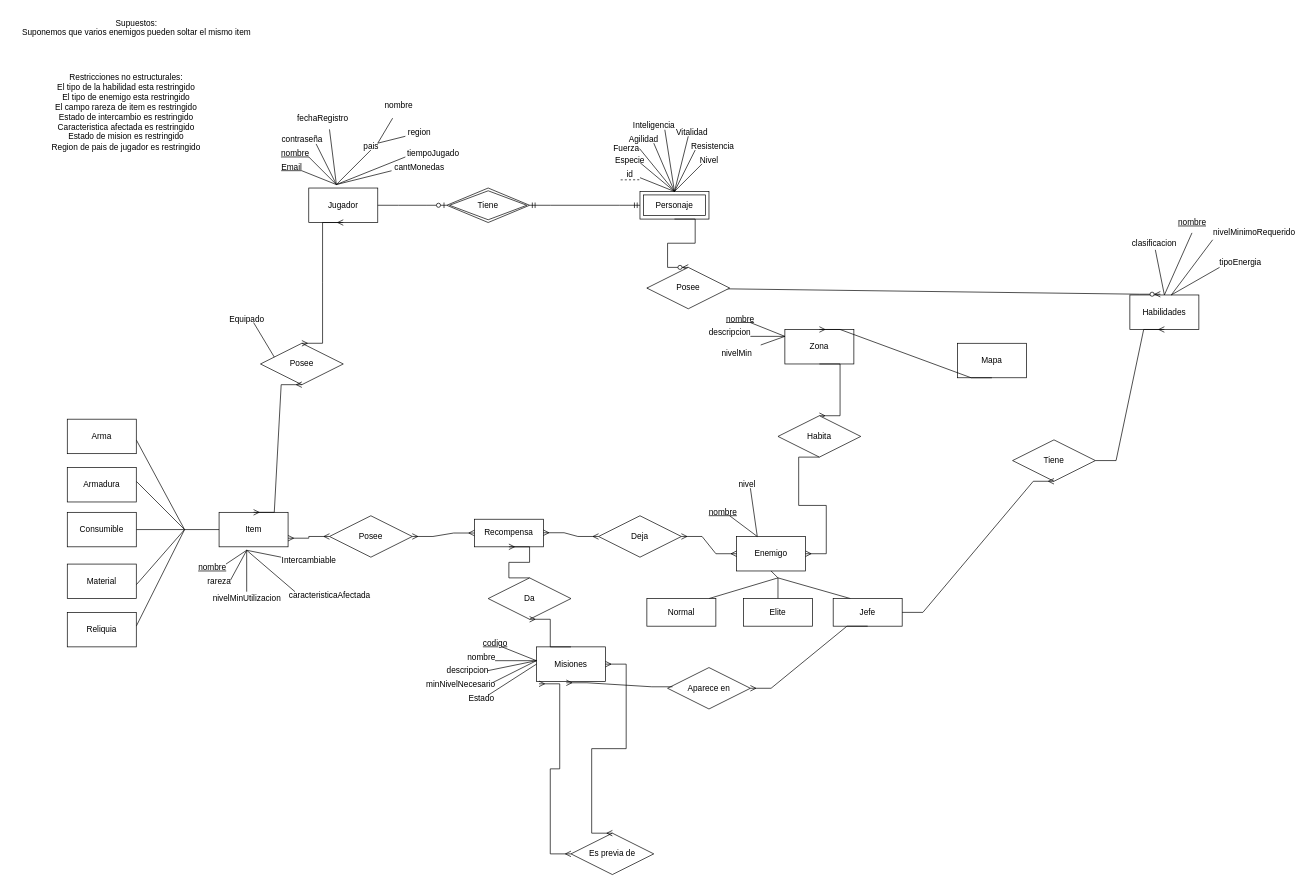
This is Parte1.drawio from MartinAlonsoo/Obligatorio1BD2, a draw.io file, before an edit. Source tidied: cells renumbered, new cells numbered last; positions are measured from the earlier drawing's top-left corner, leaving out a move shared by most shapes. Both pictures are drawn from the tidied source at 69%, with x=0, y=0 at pixel (12, 12).
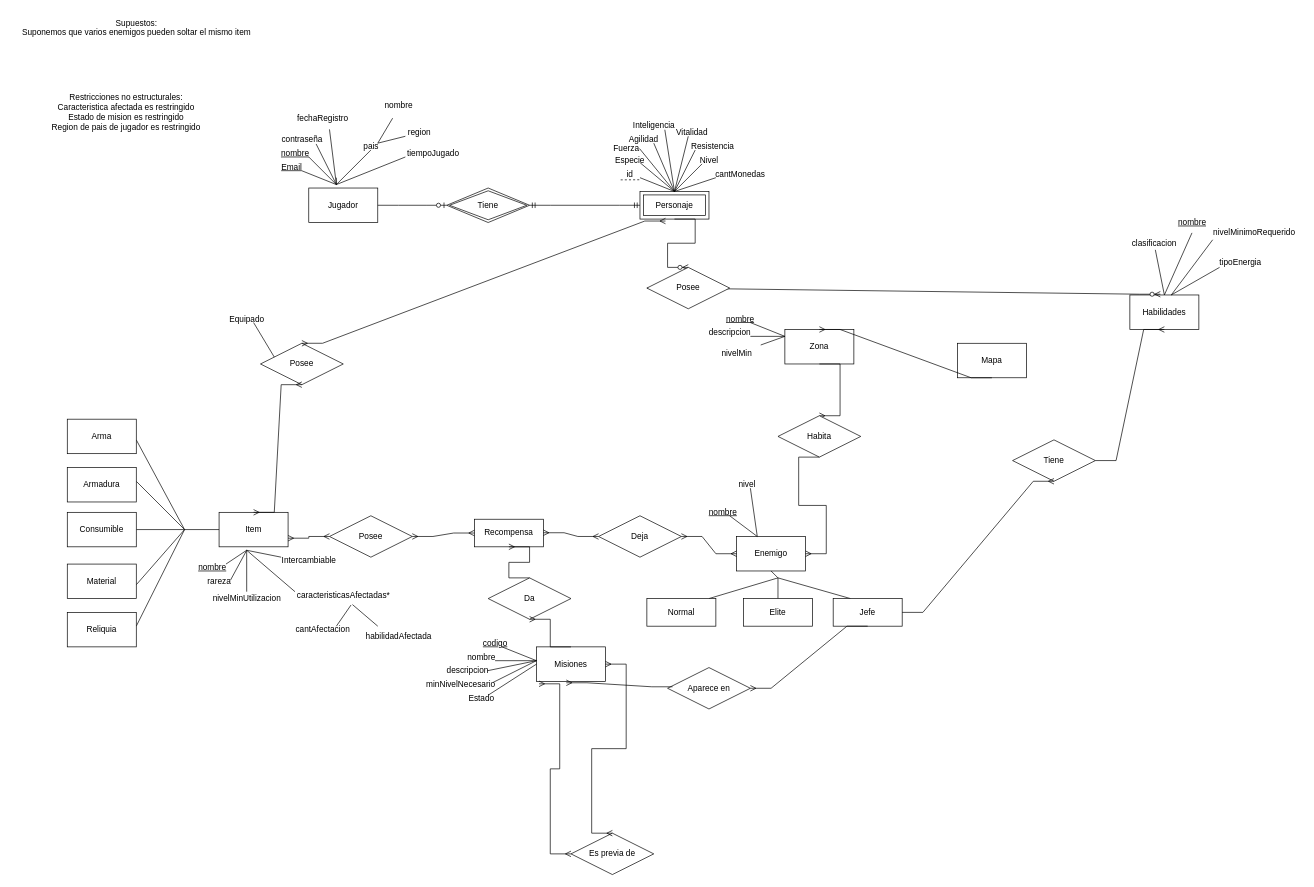
The same diagram, later.

The change refers to these unchanged cells:
```xml
<mxCell id="2" value="Jugador" style="rounded=0;whiteSpace=wrap;html=1;" parent="1" vertex="1">
  <mxGeometry x="430" y="255" width="100" height="50" as="geometry" />
</mxCell>
<mxCell id="6" value="Personaje" style="shape=ext;margin=3;double=1;whiteSpace=wrap;html=1;align=center;" parent="1" vertex="1">
  <mxGeometry x="910" y="260" width="100" height="40" as="geometry" />
</mxCell>
<mxCell id="46" value="Posee" style="shape=rhombus;perimeter=rhombusPerimeter;whiteSpace=wrap;html=1;align=center;" parent="1" vertex="1">
  <mxGeometry x="360" y="480" width="120" height="60" as="geometry" />
</mxCell>
```

Change to the diagram source:
```diff
@@
-    <mxCell id="12" value="Restricciones no estructurales:&lt;br&gt;El tipo de la habilidad esta restringido&lt;br&gt;El tipo de enemigo esta restringido&lt;br&gt;El campo rareza de item es restringido&lt;br&gt;Estado de intercambio es restringido&lt;div&gt;Caracteristica afectada es restringido&lt;br&gt;&lt;div&gt;Estado de mision es restringido&lt;/div&gt;&lt;/div&gt;&lt;div&gt;Region de pais de jugador es restringido&lt;/div&gt;" style="text;html=1;align=center;verticalAlign=middle;strokeColor=none;fillColor=none;" parent="1" vertex="1">
-      <mxGeometry x="45" y="80" width="240" height="130" as="geometry" />
+    <mxCell id="12" value="Restricciones no estructurales:&lt;br&gt;&lt;div&gt;Caracteristica afectada es restringido&lt;br&gt;&lt;div&gt;Estado de mision es restringido&lt;/div&gt;&lt;/div&gt;&lt;div&gt;Region de pais de jugador es restringido&lt;/div&gt;" style="text;html=1;align=center;verticalAlign=middle;strokeColor=none;fillColor=none;" parent="1" vertex="1">
+      <mxGeometry x="45" y="110" width="240" height="70" as="geometry" />
     </mxCell>
@@
-    <mxCell id="48" style="edgeStyle=entityRelationEdgeStyle;fontSize=12;html=1;endArrow=ERmany;startArrow=ERmany;rounded=0;exitX=0.5;exitY=0;exitDx=0;exitDy=0;entryX=0.5;entryY=1;entryDx=0;entryDy=0;" parent="1" edge="1" source="46" target="2">
+    <mxCell id="48" style="edgeStyle=entityRelationEdgeStyle;fontSize=12;html=1;endArrow=ERmany;startArrow=ERmany;rounded=0;exitX=0.5;exitY=0;exitDx=0;exitDy=0;entryX=0.37;entryY=1.071;entryDx=0;entryDy=0;entryPerimeter=0;" parent="1" edge="1" source="46" target="6">
       <mxGeometry relative="1" as="geometry">
         <Array as="points">
-          <mxPoint x="1010" y="875" />
-          <mxPoint x="980" y="805" />
-          <mxPoint x="680" y="805" />
+          <mxPoint x="1100" y="882.5" />
+          <mxPoint x="1070" y="812.5" />
+          <mxPoint x="770" y="812.5" />
         </Array>
       </mxGeometry>
     </mxCell>
@@
-    <mxCell id="100" value="caracteristicaAfectada" style="text;html=1;align=center;verticalAlign=middle;points=[];strokeColor=none;fillColor=none;" parent="1" vertex="1">
-      <mxGeometry x="390" y="830" width="140" height="30" as="geometry" />
+    <mxCell id="100" value="caracteristicasAfectadas*" style="text;html=1;align=center;verticalAlign=middle;points=[];strokeColor=none;fillColor=none;" parent="1" vertex="1">
+      <mxGeometry x="400" y="830" width="160" height="30" as="geometry" />
     </mxCell>
@@
     <mxCell id="119" style="endArrow=none;html=1;rounded=0;" parent="1" edge="1">
       <mxGeometry relative="1" as="geometry">
         <mxPoint x="570" y="210" as="sourcePoint" />
-        <mxPoint x="550" y="230" as="targetPoint" />
+        <mxPoint x="470" y="240" as="targetPoint" />
         <Array as="points">
           <mxPoint x="470" y="250" />
         </Array>
       </mxGeometry>
     </mxCell>
     <mxCell id="120" value="cantMonedas" style="text;html=1;align=center;verticalAlign=middle;strokeColor=none;fillColor=none;" parent="1" vertex="1">
-      <mxGeometry x="540" y="210" width="100" height="30" as="geometry" />
+      <mxGeometry x="1005" y="220" width="100" height="30" as="geometry" />
     </mxCell>
+    <mxCell id="121" style="endArrow=none;html=1;rounded=0;exitX=0.5;exitY=0;exitDx=0;exitDy=0;" parent="1" edge="1" source="6">
+      <mxGeometry relative="1" as="geometry">
+        <mxPoint x="1020" y="240" as="targetPoint" />
+      </mxGeometry>
+    </mxCell>
+    <mxCell id="122" style="endArrow=none;html=1;rounded=0;exitX=0.583;exitY=0.956;exitDx=0;exitDy=0;exitPerimeter=0;" parent="1" edge="1" source="100">
+      <mxGeometry relative="1" as="geometry">
+        <mxPoint x="530" y="890" as="targetPoint" />
+      </mxGeometry>
+    </mxCell>
+    <mxCell id="123" style="endArrow=none;html=1;rounded=0;exitX=0.57;exitY=0.979;exitDx=0;exitDy=0;exitPerimeter=0;" parent="1" edge="1" source="100">
+      <mxGeometry relative="1" as="geometry">
+        <mxPoint x="470" y="890" as="targetPoint" />
+      </mxGeometry>
+    </mxCell>
+    <mxCell id="124" value="cantAfectacion" style="text;html=1;align=center;verticalAlign=middle;strokeColor=none;fillColor=none;" parent="1" vertex="1">
+      <mxGeometry x="400" y="880" width="100" height="30" as="geometry" />
+    </mxCell>
+    <mxCell id="125" value="habilidadAfectada" style="text;html=1;align=center;verticalAlign=middle;strokeColor=none;fillColor=none;" parent="1" vertex="1">
+      <mxGeometry x="500" y="890" width="120" height="30" as="geometry" />
+    </mxCell>
```
